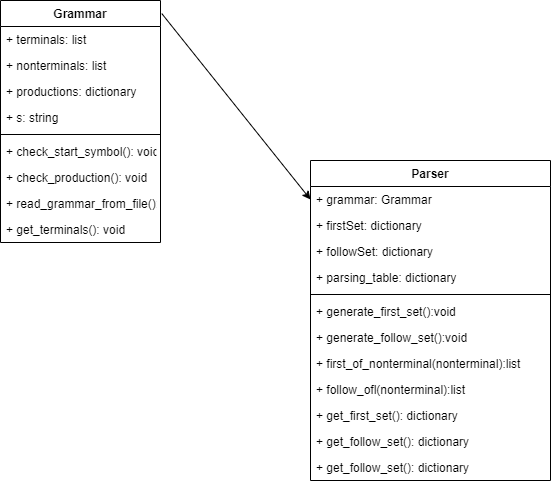
Earlier version of the draw.io export LAB7/ParserDiag.png (bogdan1809/FLCD). Source tidied: cells renumbered, new cells last; positions are measured from the earlier drawing's top-left corner, leaving out a move shared by most shapes.
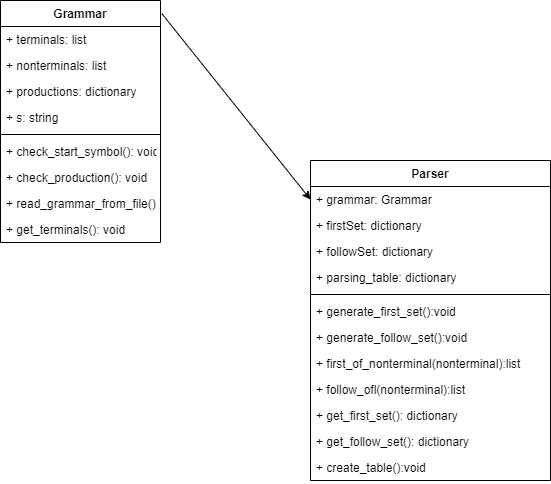
After the change.

Commit message:
resolved bugs, parsing table done

The edit, as a diff of the source:
```diff
@@ -68,7 +68,7 @@
     <mxCell id="23" value="+ get_follow_set(): dictionary" style="text;strokeColor=none;fillColor=none;align=left;verticalAlign=top;spacingLeft=4;spacingRight=4;overflow=hidden;" parent="12" vertex="1">
       <mxGeometry y="268" width="240" height="26" as="geometry" />
     </mxCell>
-    <mxCell id="24" value="+ get_follow_set(): dictionary" style="text;strokeColor=none;fillColor=none;align=left;verticalAlign=top;spacingLeft=4;spacingRight=4;overflow=hidden;" parent="12" vertex="1">
+    <mxCell id="24" value="+ create_table():void" style="text;strokeColor=none;fillColor=none;align=left;verticalAlign=top;spacingLeft=4;spacingRight=4;overflow=hidden;" parent="12" vertex="1">
       <mxGeometry y="294" width="240" height="26" as="geometry" />
     </mxCell>
     <mxCell id="25" style="endArrow=classic;html=1;exitX=1.008;exitY=0.054;exitDx=0;exitDy=0;exitPerimeter=0;entryX=0;entryY=0.5;entryDx=0;entryDy=0;" parent="1" edge="1" source="2" target="13">
```
